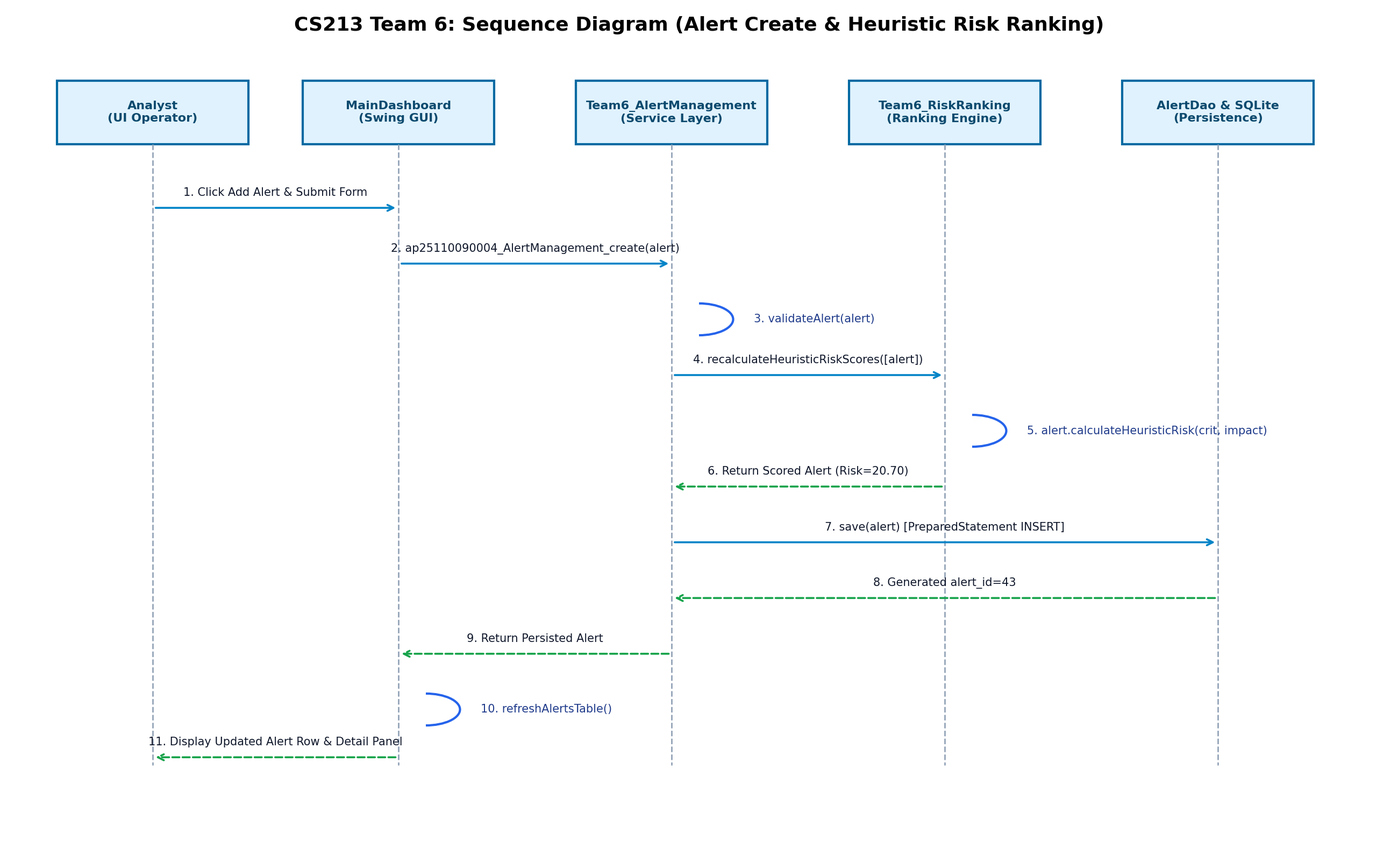
This is Documentation/uml_sequence_diagram.png from YUVRAJ-SINGH-3178/CTI-INT, a PlantUML export, as it was before one commit. Its source is kept beside it as Documentation/uml_sequence_diagram.puml. Source of this version:
```plantuml
@startuml
autonumber
skinparam roundcorner 10
skinparam shadowing true

actor "Security Analyst" as Analyst
boundary "MainDashboardFrame" as UI
boundary "AlertFormDialog" as Form
control "Team6_AlertManagement" as AlertService
control "Team6_RiskRanking" as RiskService
entity "CanAlert / V2xAlert" as Model
database "AlertDao" as DAO
database "SQLite Database" as DB

Analyst -> UI : Click "Add Alert..."
UI -> Form : Open AlertFormDialog(null)
Form --> Analyst : Display Input Fields

Analyst -> Form : Enter SampleID, Domain="CAN", Attack="DoS", Conf=0.98
Analyst -> Form : Click "Save Alert"
Form -> Model : Instantiate CanAlert(canId=0x128, ...)
Form -> Form : Validate Form Inputs
Form --> UI : Return Alert Instance

UI -> AlertService : ap25110090004_AlertManagement_create(alert)
activate AlertService
AlertService -> AlertService : validateAlert(alert)
AlertService -> RiskService : recalculateHeuristicRiskScores([alert])
activate RiskService
RiskService -> Model : calculateHeuristicRisk(criticality=5.0, impact=4.0)
activate Model
note right of Model
  Polymorphic Calculation:
  CAN domain incorporates
  bus arbitration factor (1.15)
end note
Model --> RiskService : Return Heuristic Risk Score (20.70)
deactivate Model
RiskService --> AlertService : Return Scored Alert
deactivate RiskService

AlertService -> DAO : save(alert)
activate DAO
DAO -> DB : PreparedStatement: INSERT INTO alerts (...)
DB --> DAO : Return Generated alert_id=43
DAO --> AlertService : Return Persisted Alert
deactivate DAO

AlertService --> UI : Alert Created Successfully
deactivate AlertService

UI -> UI : refreshAlertsTable()
UI -> DAO : findAll()
DAO -> DB : SELECT * FROM alerts ORDER BY risk_score DESC
DB --> DAO : ResultSet
DAO --> UI : List<Alert>
UI --> Analyst : Display Updated Table & Detail Breakdown

@enduml
```
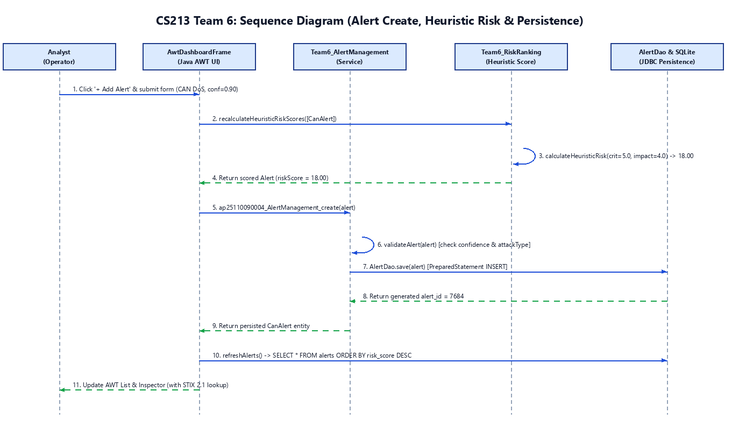
After the change.

The edit, as a diff of the source:
```diff
@@ -4,56 +4,53 @@
 skinparam shadowing true
 
 actor "Security Analyst" as Analyst
-boundary "MainDashboardFrame" as UI
-boundary "AlertFormDialog" as Form
+boundary "AwtDashboardFrame" as UI
+boundary "AwtAlertFormDialog" as Form
 control "Team6_AlertManagement" as AlertService
 control "Team6_RiskRanking" as RiskService
 entity "CanAlert / V2xAlert" as Model
 database "AlertDao" as DAO
 database "SQLite Database" as DB
 
-Analyst -> UI : Click "Add Alert..."
-UI -> Form : Open AlertFormDialog(null)
-Form --> Analyst : Display Input Fields
+Analyst -> UI : Click "+ Add Alert"
+UI -> Form : Open AwtAlertFormDialog(null)
+Form --> Analyst : Display Input Controls
 
-Analyst -> Form : Enter SampleID, Domain="CAN", Attack="DoS", Conf=0.98
-Analyst -> Form : Click "Save Alert"
-Form -> Model : Instantiate CanAlert(canId=0x128, ...)
-Form -> Form : Validate Form Inputs
-Form --> UI : Return Alert Instance
-
-UI -> AlertService : ap25110090004_AlertManagement_create(alert)
-activate AlertService
-AlertService -> AlertService : validateAlert(alert)
-AlertService -> RiskService : recalculateHeuristicRiskScores([alert])
+Analyst -> Form : Enter Domain="CAN", Attack="DoS", Conf=0.90
+Analyst -> Form : Click "Create Alert"
+Form -> Model : Instantiate CanAlert(canId=291, ...)
+Form -> RiskService : recalculateHeuristicRiskScores([alert])
 activate RiskService
 RiskService -> Model : calculateHeuristicRisk(criticality=5.0, impact=4.0)
 activate Model
 note right of Model
-  Polymorphic Calculation:
-  CAN domain incorporates
-  bus arbitration factor (1.15)
+  Heuristic Calculation:
+  Criticality x Impact Weight x Confidence
+  (5.0 x 4.0 x 0.90 = 18.00)
 end note
-Model --> RiskService : Return Heuristic Risk Score (20.70)
+Model --> RiskService : Return Heuristic Risk Score (18.00)
 deactivate Model
-RiskService --> AlertService : Return Scored Alert
+RiskService --> Form : Return Scored Alert
 deactivate RiskService
 
+Form -> AlertService : ap25110090004_AlertManagement_create(alert)
+activate AlertService
+AlertService -> AlertService : validateAlert(alert)
 AlertService -> DAO : save(alert)
 activate DAO
 DAO -> DB : PreparedStatement: INSERT INTO alerts (...)
-DB --> DAO : Return Generated alert_id=43
+DB --> DAO : Return Generated alert_id=7684
 DAO --> AlertService : Return Persisted Alert
 deactivate DAO
-
-AlertService --> UI : Alert Created Successfully
+AlertService --> Form : Alert Created Successfully
 deactivate AlertService
 
-UI -> UI : refreshAlertsTable()
-UI -> DAO : findAll()
+Form --> UI : Close Modal Dialog (saved=true)
+UI -> AlertService : getAllAlerts() / filterAlerts()
+AlertService -> DAO : findAll()
 DAO -> DB : SELECT * FROM alerts ORDER BY risk_score DESC
 DB --> DAO : ResultSet
 DAO --> UI : List<Alert>
-UI --> Analyst : Display Updated Table & Detail Breakdown
+UI --> Analyst : Refresh AWT List & Detail Inspector
 
 @enduml
```
